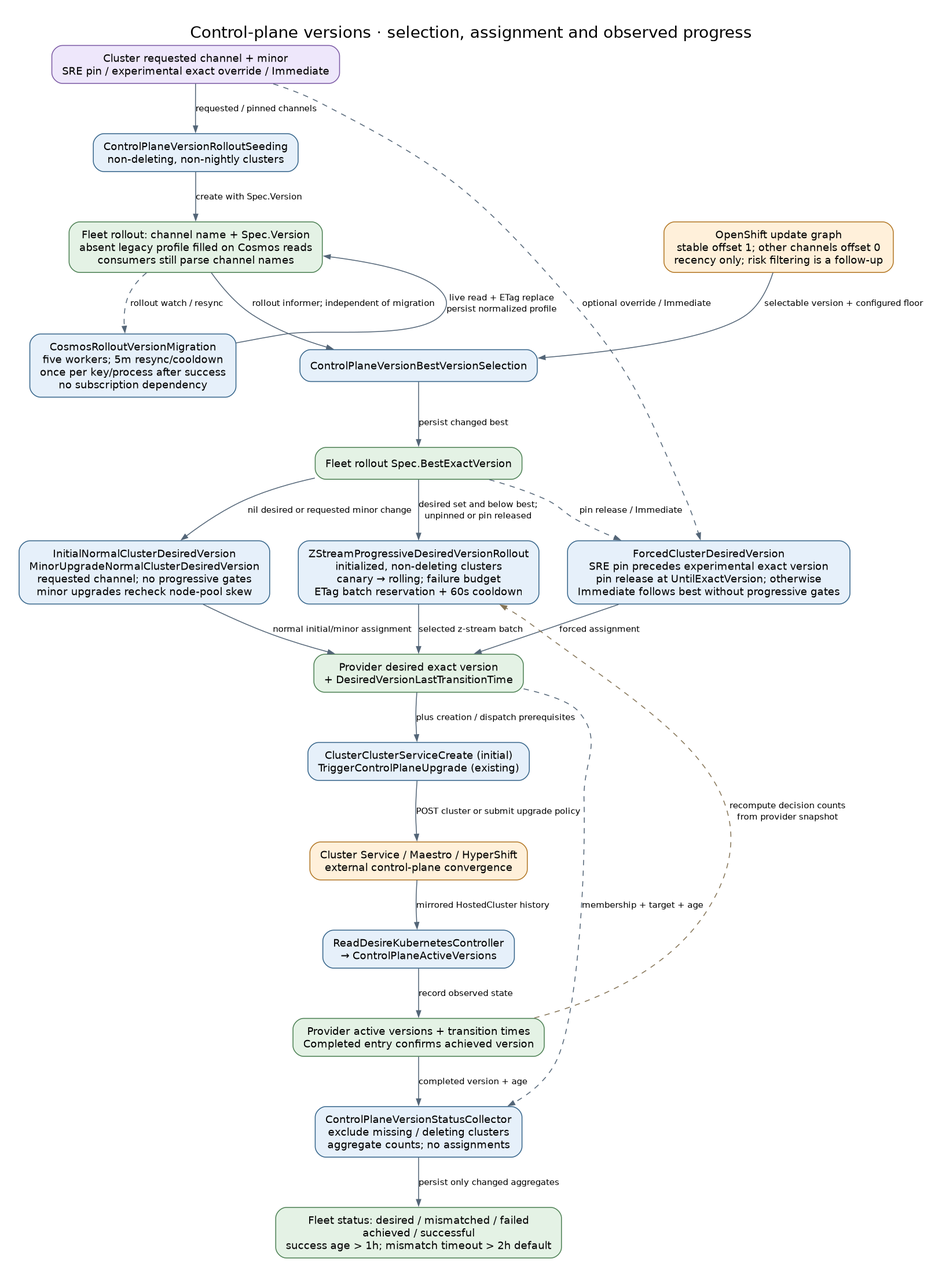
The Graphviz diagram docs/diagrams/controller-flows/control-plane-version-rollout.png in Azure/ARO-HCP, before a commit. Its source is kept beside it as docs/diagrams/controller-flows/control-plane-version-rollout.dot.
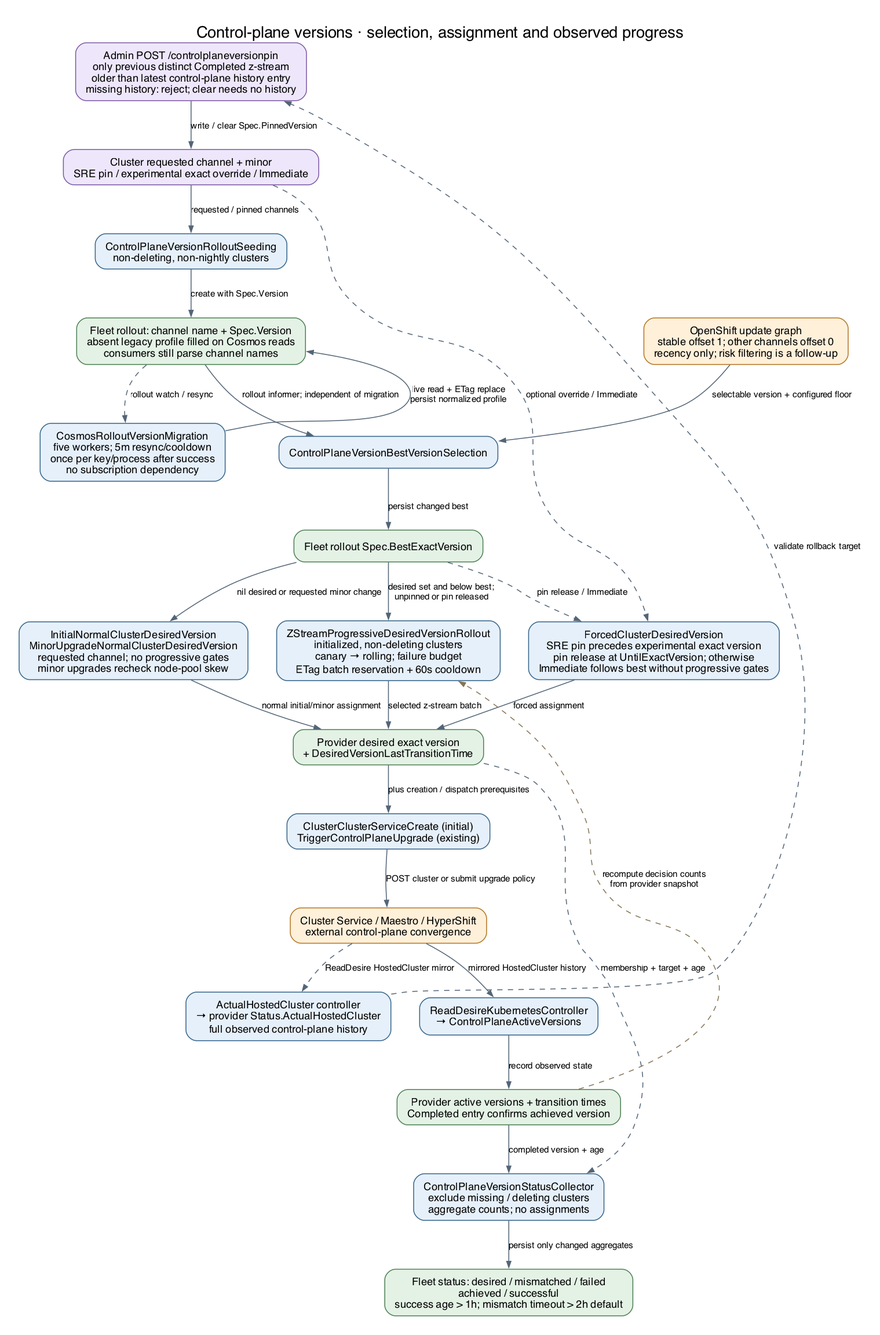
After the commit.

Commit message:
feat(admin): add version pin endpoint for single cluster z-stream rollback

Diff of the diagram source:
```diff
@@ -3,6 +3,8 @@
   node [shape=box, style="rounded,filled", fillcolor="#e6f0fa", color="#35648a", fontname="DejaVu Sans", fontsize=12, margin="0.16,0.10"];
   edge [color="#536577", fontname="DejaVu Sans", fontsize=10, arrowsize=0.7];
   request [label="Cluster requested channel + minor\nSRE pin / experimental exact override / Immediate", fillcolor="#eee7fb", color="#7b59a4"];
+  pin [label="Admin POST /controlplaneversionpin\nonly previous distinct Completed z-stream\nolder than latest control-plane history entry\nmissing history: reject; clear needs no history", fillcolor="#eee7fb", color="#7b59a4"];
+  actual [label="ActualHostedCluster controller\n→ provider Status.ActualHostedCluster\nfull observed control-plane history"];
   seed [label="ControlPlaneVersionRolloutSeeding\nnon-deleting, non-nightly clusters"];
   rollout [label="Fleet rollout: channel name + Spec.Version\nabsent legacy profile filled on Cosmos reads\nconsumers still parse channel names", fillcolor="#e4f2e5", color="#4c8053"];
   migration [label="CosmosRolloutVersionMigration\nfive workers; 5m resync/cooldown\nonce per key/process after success\nno subscription dependency"];
@@ -20,6 +22,7 @@
   status [label="ControlPlaneVersionStatusCollector\nexclude missing / deleting clusters\naggregate counts; no assignments"];
   counts [label="Fleet status: desired / mismatched / failed\nachieved / successful\nsuccess age > 1h; mismatch timeout > 2h default", fillcolor="#e4f2e5", color="#4c8053"];
   request -> seed [label="requested / pinned channels"];
+  pin -> request [label="write / clear Spec.PinnedVersion"];
   seed -> rollout [label="create with Spec.Version"];
   rollout -> best [label="rollout informer; independent of migration"];
   rollout -> migration [label="rollout watch / resync", style=dashed];
@@ -36,6 +39,8 @@
   desired -> dispatch [label="plus creation / dispatch prerequisites"];
   dispatch -> external [label="POST cluster or submit upgrade policy"];
   external -> observe [label="mirrored HostedCluster history"];
+  external -> actual [label="ReadDesire HostedCluster mirror", style=dashed];
+  actual -> pin [label="validate rollback target", style=dashed, constraint=false];
   observe -> history [label="record observed state"];
   history -> status [label="completed version + age"];
   desired -> status [label="membership + target + age", style=dashed, constraint=false];
```
